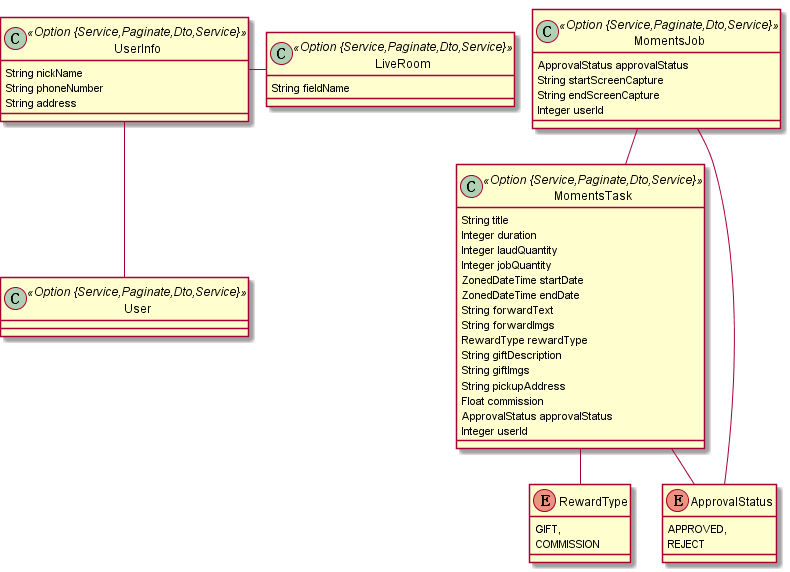
Before: models/uaav1.png, a diagram exported from PlantUML (lsfoo/share-task).
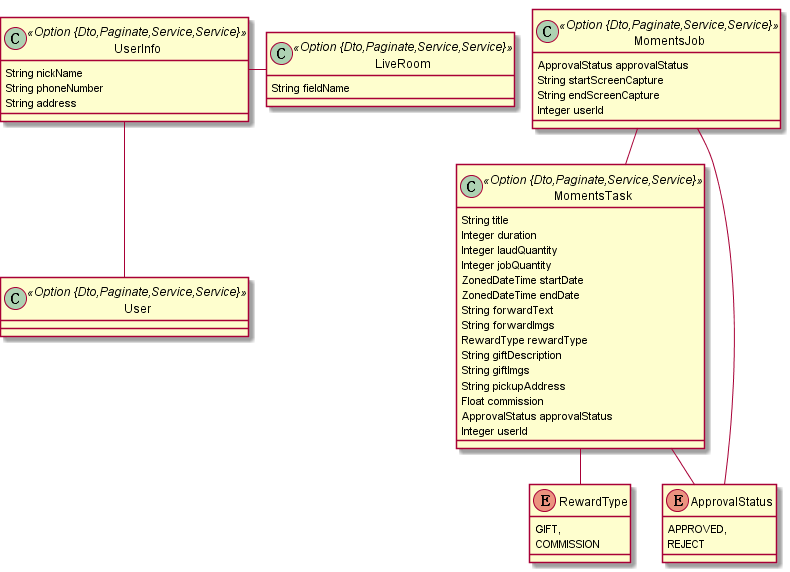
Above is the later version.

Change to the diagram source:
```diff
@@ -1,15 +1,15 @@
 @startuml
 	!pragma graphviz_dot jdot
 	!pragma syntax class
-	class UserInfo <<Option {Service,Paginate,Dto,Service}>> {
+	class UserInfo <<Option {Dto,Paginate,Service,Service}>> {
 		String nickName
 		String phoneNumber
 		String address
 	}
-	class LiveRoom <<Option {Service,Paginate,Dto,Service}>> {
+	class LiveRoom <<Option {Dto,Paginate,Service,Service}>> {
 		String fieldName
 	}
-	class MomentsTask <<Option {Service,Paginate,Dto,Service}>> {
+	class MomentsTask <<Option {Dto,Paginate,Service,Service}>> {
 		String title
 		Integer duration
 		Integer laudQuantity
@@ -36,7 +36,7 @@
 		APPROVED,
 		REJECT
 	}
-	class MomentsJob <<Option {Service,Paginate,Dto,Service}>> {
+	class MomentsJob <<Option {Dto,Paginate,Service,Service}>> {
 		ApprovalStatus approvalStatus
 		String startScreenCapture
 		String endScreenCapture
@@ -44,6 +44,6 @@
 	}
 	MomentsJob ..> ApprovalStatus
 	MomentsJob  "task(title) 0..* " o-- "0..1 "  MomentsTask
-	class User <<Option {Service,Paginate,Dto,Service}>> {
+	class User <<Option {Dto,Paginate,Service,Service}>> {
 	}
 @enduml
```
